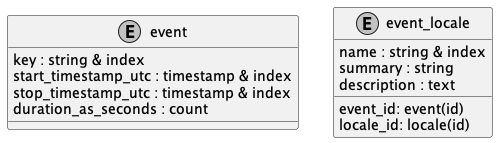
The PlantUML diagram doc/concepts/event/uml.png in contactopensource/contactopensource, before a commit. Its diagram source:
```plantuml
@startuml uml
skinparam monochrome true

entity event {
    key : string & index
    start_timestamp_utc : timestamp & index
    stop_timestamp_utc : timestamp & index
    duration_as_seconds : count
}

entity event_locale {
    event_id: event(id)
    locale_id: locale(id)
    name : string & index
    summary : string
    description : text
}

@enduml
```
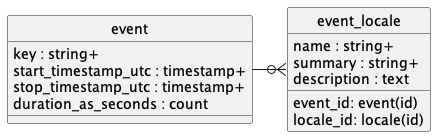
Above is the later version.

The edit, as a diff of the source:
```diff
@@ -1,19 +1,23 @@
 @startuml uml
 skinparam monochrome true
+skinparam linetype ortho
+hide circle
 
 entity event {
-    key : string & index
-    start_timestamp_utc : timestamp & index
-    stop_timestamp_utc : timestamp & index
+    key : string+
+    start_timestamp_utc : timestamp+
+    stop_timestamp_utc : timestamp+
     duration_as_seconds : count
 }
 
 entity event_locale {
     event_id: event(id)
     locale_id: locale(id)
-    name : string & index
-    summary : string
+    name : string+
+    summary : string+
     description : text
 }
 
+event -r-o{ event_locale
+
 @enduml
```
